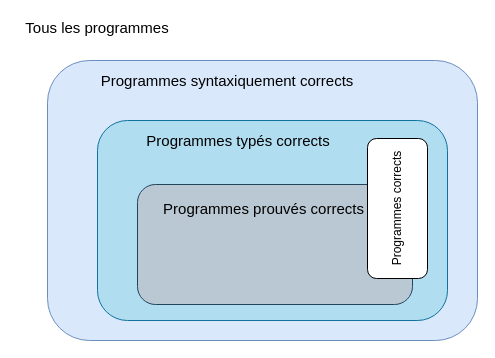
The draw.io diagram prog/prog/images/verification.drawio in diu-uf-bordeaux/bloc1, before the edit. Source tidied: cells renumbered, new cells numbered last; positions are measured from the earlier drawing's top-left corner, leaving out a move shared by most shapes. Both pictures are drawn from the tidied source at 100%, with x=0, y=0 at pixel (17, 17).
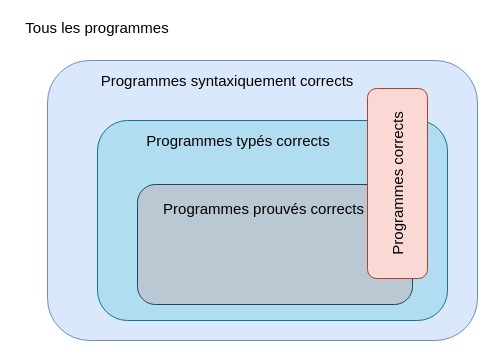
After the change.

Commit message (it also covers changes not shown here):
Prog - slight modif of verification.svg

The edit, as a diff of the source:
```diff
@@
 <mxGraphModel>
   <root>
     <mxCell id="0" />
     <mxCell id="1" parent="0" />
     <mxCell id="2" style="rounded=1;whiteSpace=wrap;html=1;fillColor=#dae8fc;strokeColor=#6c8ebf;" parent="1" vertex="1">
       <mxGeometry x="30" y="43" width="430" height="280" as="geometry" />
     </mxCell>
     <mxCell id="3" style="rounded=1;whiteSpace=wrap;html=1;glass=0;comic=0;fillColor=#b1ddf0;strokeColor=#10739e;" parent="1" vertex="1">
       <mxGeometry x="80" y="103" width="350" height="200" as="geometry" />
     </mxCell>
     <mxCell id="4" value="Programmes typés corrects" style="text;html=1;strokeColor=none;fillColor=none;align=center;verticalAlign=middle;whiteSpace=wrap;rounded=0;fontSize=15;fontFamily=sans-serif;" parent="1" vertex="1">
       <mxGeometry x="122" y="113" width="198" height="20" as="geometry" />
     </mxCell>
     <mxCell id="5" value="Programmes syntaxiquement corrects" style="text;html=1;strokeColor=none;fillColor=none;align=center;verticalAlign=middle;whiteSpace=wrap;rounded=0;fontSize=15;fontFamily=sans-serif;" parent="1" vertex="1">
       <mxGeometry x="80" y="53" width="260" height="20" as="geometry" />
     </mxCell>
     <mxCell id="6" value="Tous les programmes&lt;br style=&quot;font-size: 15px;&quot;&gt;" style="text;html=1;strokeColor=none;fillColor=none;align=center;verticalAlign=middle;whiteSpace=wrap;rounded=0;fontFamily=sans-serif;fontSize=15;" parent="1" vertex="1">
       <mxGeometry width="160" height="20" as="geometry" />
     </mxCell>
     <mxCell id="7" style="rounded=1;whiteSpace=wrap;html=1;glass=0;comic=0;fillColor=#bac8d3;strokeColor=#23445d;" parent="1" vertex="1">
       <mxGeometry x="120" y="167" width="275" height="120" as="geometry" />
     </mxCell>
     <mxCell id="8" value="Programmes prouvés corrects" style="text;html=1;strokeColor=none;fillColor=none;align=center;verticalAlign=middle;whiteSpace=wrap;rounded=0;glass=0;comic=0;fontSize=15;fontFamily=sans-serif;" parent="1" vertex="1">
       <mxGeometry x="143" y="181" width="207" height="20" as="geometry" />
     </mxCell>
-    <mxCell id="9" value="Programmes corrects" style="rounded=1;whiteSpace=wrap;html=1;rotation=-90;" parent="1" vertex="1">
-      <mxGeometry x="310" y="161" width="140" height="60" as="geometry" />
+    <mxCell id="9" value="Programmes corrects" style="rounded=1;whiteSpace=wrap;html=1;rotation=-90;fontFamily=sans-serif;fontSize=15;fillColor=#fad9d5;strokeColor=#ae4132;" parent="1" vertex="1">
+      <mxGeometry x="285" y="136" width="190" height="60" as="geometry" />
     </mxCell>
   </root>
 </mxGraphModel>
```
